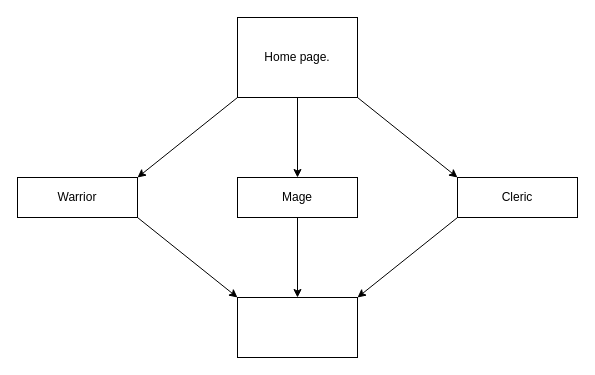
The draw.io diagram TEST.drawio in andypandy31/Webtech-Assessment1, before the edit. Source tidied: cells renumbered, new cells numbered last; positions are measured from the earlier drawing's top-left corner, leaving out a move shared by most shapes. Both pictures are drawn from the tidied source at 100%, with x=0, y=0 at pixel (17, 17).
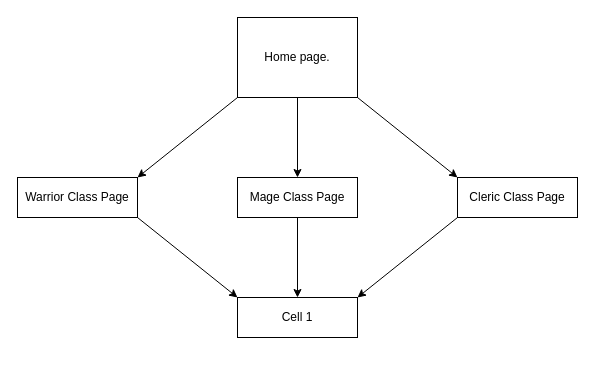
The same page after the edit.

The edit, as a diff of the source:
```diff
@@
 <mxGraphModel>
   <root>
     <mxCell id="0" />
     <mxCell id="1" parent="0" />
     <mxCell id="2" style="endArrow=classic;html=1;rounded=0;exitX=0.5;exitY=1;exitDx=0;exitDy=0;" parent="1" edge="1">
       <mxGeometry relative="1" as="geometry">
         <mxPoint x="280" y="80" as="sourcePoint" />
         <mxPoint x="280" y="160" as="targetPoint" />
       </mxGeometry>
     </mxCell>
     <mxCell id="3" style="endArrow=classic;html=1;rounded=0;exitX=1;exitY=1;exitDx=0;exitDy=0;" parent="1" edge="1" source="5">
       <mxGeometry relative="1" as="geometry">
         <mxPoint x="440" y="160" as="targetPoint" />
       </mxGeometry>
     </mxCell>
     <mxCell id="4" style="endArrow=classic;html=1;rounded=0;exitX=0;exitY=1;exitDx=0;exitDy=0;" parent="1" edge="1" source="5">
       <mxGeometry relative="1" as="geometry">
         <mxPoint x="120" y="160" as="targetPoint" />
       </mxGeometry>
     </mxCell>
     <mxCell id="5" value="Home page." style="rounded=0;whiteSpace=wrap;html=1;" parent="1" vertex="1">
       <mxGeometry x="220" width="120" height="80" as="geometry" />
     </mxCell>
-    <mxCell id="6" value="Mage" style="rounded=0;whiteSpace=wrap;html=1;" parent="1" vertex="1">
+    <mxCell id="6" value="Mage Class Page" style="rounded=0;whiteSpace=wrap;html=1;" parent="1" vertex="1">
       <mxGeometry x="220" y="160" width="120" height="40" as="geometry" />
     </mxCell>
-    <mxCell id="7" value="Cleric" style="rounded=0;whiteSpace=wrap;html=1;" parent="1" vertex="1">
+    <mxCell id="7" value="Cleric Class Page" style="rounded=0;whiteSpace=wrap;html=1;" parent="1" vertex="1">
       <mxGeometry x="440" y="160" width="120" height="40" as="geometry" />
     </mxCell>
-    <mxCell id="8" value="Warrior" style="rounded=0;whiteSpace=wrap;html=1;" parent="1" vertex="1">
+    <mxCell id="8" value="Warrior Class Page" style="rounded=0;whiteSpace=wrap;html=1;" parent="1" vertex="1">
       <mxGeometry y="160" width="120" height="40" as="geometry" />
     </mxCell>
     <mxCell id="9" style="endArrow=classic;html=1;rounded=0;exitX=1;exitY=1;exitDx=0;exitDy=0;entryX=0;entryY=0;entryDx=0;entryDy=0;" parent="1" edge="1" source="8" target="10">
       <mxGeometry relative="1" as="geometry" />
     </mxCell>
-    <mxCell id="10" style="rounded=0;whiteSpace=wrap;html=1;" parent="1" vertex="1">
-      <mxGeometry x="220" y="280" width="120" height="60" as="geometry" />
+    <mxCell id="10" value="Cell 1" style="rounded=0;whiteSpace=wrap;html=1;" parent="1" vertex="1">
+      <mxGeometry x="220" y="280" width="120" height="40" as="geometry" />
     </mxCell>
     <mxCell id="11" style="endArrow=classic;html=1;rounded=0;exitX=0.5;exitY=1;exitDx=0;exitDy=0;" parent="1" edge="1" source="6" target="10">
       <mxGeometry relative="1" as="geometry" />
     </mxCell>
     <mxCell id="12" style="endArrow=classic;html=1;rounded=0;exitX=0;exitY=1;exitDx=0;exitDy=0;entryX=1;entryY=0;entryDx=0;entryDy=0;" parent="1" edge="1" source="7" target="10">
       <mxGeometry relative="1" as="geometry" />
     </mxCell>
   </root>
 </mxGraphModel>
```
